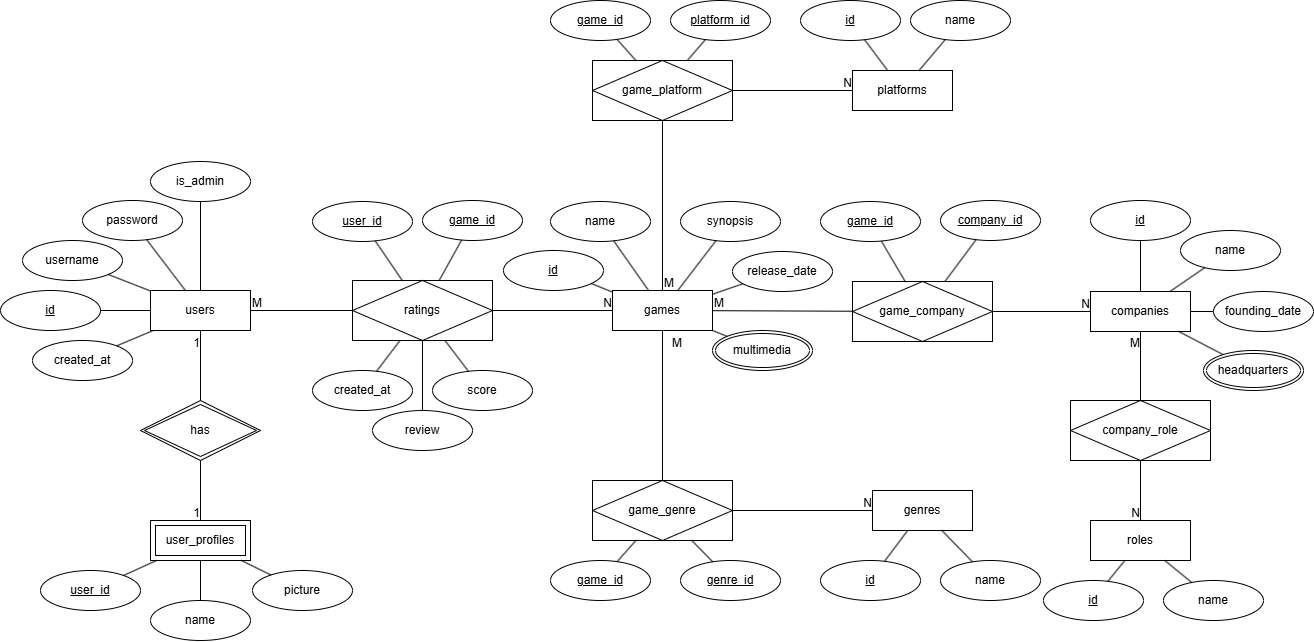
The draw.io diagram docs/Entity Relationship Diagram.png in billdansr/sweet-potato, before a commit. Source tidied: cells renumbered, new cells last; positions are measured from the earlier drawing's top-left corner, leaving out a move shared by most shapes.
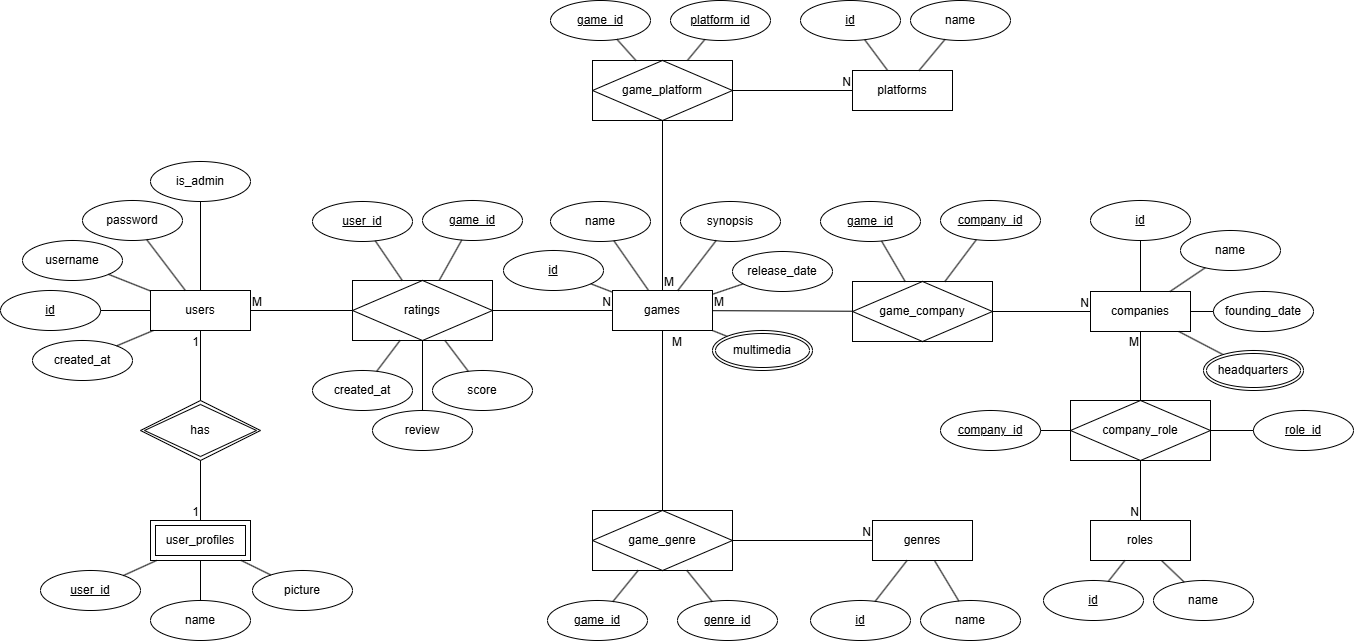
Above is the later version.

What changed in the source:
```diff
@@ -147,10 +147,10 @@
       </mxGeometry>
     </mxCell>
     <mxCell id="49" value="game_genre" style="shape=associativeEntity;whiteSpace=wrap;html=1;align=center;" parent="1" vertex="1">
-      <mxGeometry x="592" y="480" width="140" height="60" as="geometry" />
+      <mxGeometry x="592" y="510" width="140" height="60" as="geometry" />
     </mxCell>
     <mxCell id="50" value="genres" style="whiteSpace=wrap;html=1;align=center;" parent="1" vertex="1">
-      <mxGeometry x="872" y="490" width="100" height="40" as="geometry" />
+      <mxGeometry x="872" y="520" width="100" height="40" as="geometry" />
     </mxCell>
     <mxCell id="51" style="endArrow=none;html=1;rounded=0;" parent="1" edge="1" source="3" target="49">
       <mxGeometry relative="1" as="geometry" />
@@ -182,22 +182,22 @@
       <mxGeometry relative="1" as="geometry" />
     </mxCell>
     <mxCell id="60" value="id" style="ellipse;whiteSpace=wrap;html=1;align=center;fontStyle=4;" parent="1" vertex="1">
-      <mxGeometry x="820" y="560" width="100" height="40" as="geometry" />
+      <mxGeometry x="810" y="600" width="100" height="40" as="geometry" />
     </mxCell>
     <mxCell id="61" style="endArrow=none;html=1;rounded=0;" parent="1" edge="1" source="60" target="50">
       <mxGeometry relative="1" as="geometry" />
     </mxCell>
     <mxCell id="62" value="name" style="ellipse;whiteSpace=wrap;html=1;align=center;" parent="1" vertex="1">
-      <mxGeometry x="940" y="560" width="100" height="40" as="geometry" />
+      <mxGeometry x="920" y="600" width="100" height="40" as="geometry" />
     </mxCell>
     <mxCell id="63" style="endArrow=none;html=1;rounded=0;" parent="1" edge="1" source="62" target="50">
       <mxGeometry relative="1" as="geometry" />
     </mxCell>
     <mxCell id="64" value="game_id" style="ellipse;whiteSpace=wrap;html=1;align=center;fontStyle=4;" parent="1" vertex="1">
-      <mxGeometry x="550" y="560" width="100" height="40" as="geometry" />
+      <mxGeometry x="547" y="600" width="100" height="40" as="geometry" />
     </mxCell>
     <mxCell id="65" value="genre_id" style="ellipse;whiteSpace=wrap;html=1;align=center;fontStyle=4;" parent="1" vertex="1">
-      <mxGeometry x="680" y="560" width="100" height="40" as="geometry" />
+      <mxGeometry x="677" y="600" width="100" height="40" as="geometry" />
     </mxCell>
     <mxCell id="66" style="endArrow=none;html=1;rounded=0;" parent="1" edge="1" source="49" target="64">
       <mxGeometry relative="1" as="geometry" />
@@ -322,7 +322,7 @@
       <mxGeometry relative="1" as="geometry" />
     </mxCell>
     <mxCell id="106" value="name" style="ellipse;whiteSpace=wrap;html=1;align=center;" parent="1" vertex="1">
-      <mxGeometry x="1163" y="580" width="100" height="40" as="geometry" />
+      <mxGeometry x="1153" y="580" width="100" height="40" as="geometry" />
     </mxCell>
     <mxCell id="107" style="endArrow=none;html=1;rounded=0;" parent="1" edge="1" source="106" target="103">
       <mxGeometry relative="1" as="geometry" />
@@ -341,5 +341,17 @@
         <mxPoint y="19" as="offset" />
       </mxGeometry>
     </mxCell>
+    <mxCell id="112" value="company_id" style="ellipse;whiteSpace=wrap;html=1;align=center;fontStyle=4;" parent="1" vertex="1">
+      <mxGeometry x="940" y="410" width="100" height="40" as="geometry" />
+    </mxCell>
+    <mxCell id="113" value="role_id" style="ellipse;whiteSpace=wrap;html=1;align=center;fontStyle=4;" parent="1" vertex="1">
+      <mxGeometry x="1253" y="410" width="100" height="40" as="geometry" />
+    </mxCell>
+    <mxCell id="114" style="endArrow=none;html=1;rounded=0;" parent="1" edge="1" source="113" target="102">
+      <mxGeometry relative="1" as="geometry" />
+    </mxCell>
+    <mxCell id="115" style="endArrow=none;html=1;rounded=0;" parent="1" edge="1" source="112" target="102">
+      <mxGeometry relative="1" as="geometry" />
+    </mxCell>
   </root>
 </mxGraphModel>
```
